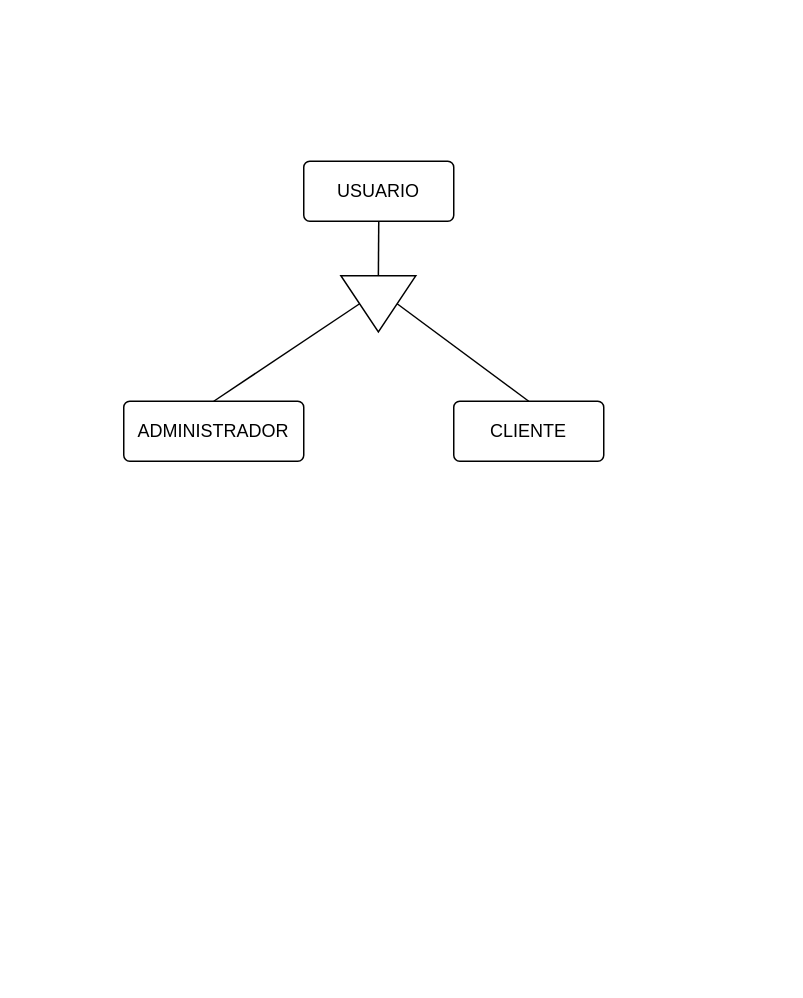
This is DiagramaER.drawio from KemosahbeAndres/proyecto_java, a draw.io file, before an edit. Source tidied: cells renumbered, new cells numbered last; positions are measured from the earlier drawing's top-left corner, leaving out a move shared by most shapes. Both pictures are drawn from the tidied source at 150%, with x=0, y=0 at pixel (123, 160).
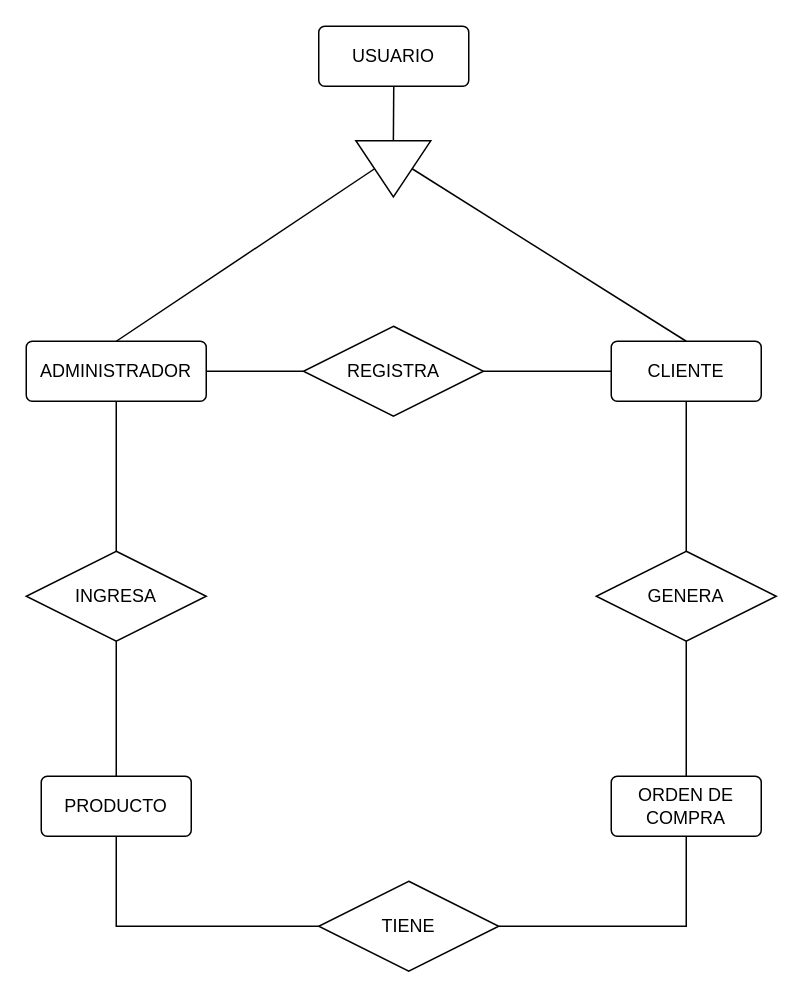
The same page after the edit.

The edit, as a diff of the source:
```diff
@@
     <mxCell id="3" value="USUARIO" style="rounded=1;arcSize=10;whiteSpace=wrap;html=1;align=center;" parent="1" vertex="1">
-      <mxGeometry x="120" width="100" height="40" as="geometry" />
+      <mxGeometry x="130" y="-90" width="100" height="40" as="geometry" />
     </mxCell>
@@
     <mxCell id="6" style="triangle;whiteSpace=wrap;html=1;rotation=90;" parent="1" vertex="1">
-      <mxGeometry x="151" y="70" width="37.5" height="50" as="geometry" />
+      <mxGeometry x="161" y="-20" width="37.5" height="50" as="geometry" />
     </mxCell>
     <mxCell id="7" value="ADMINISTRADOR" style="rounded=1;arcSize=10;whiteSpace=wrap;html=1;align=center;" parent="1" vertex="1">
-      <mxGeometry y="160" width="120" height="40" as="geometry" />
+      <mxGeometry x="-65" y="120" width="120" height="40" as="geometry" />
     </mxCell>
+    <mxCell id="9" style="edgeStyle=orthogonalEdgeStyle;rounded=0;jettySize=auto;html=1;exitX=0.5;exitY=1;exitDx=0;exitDy=0;entryX=0.5;entryY=0;entryDx=0;entryDy=0;endArrow=none;endFill=0;" parent="1" edge="1" source="8" target="17">
+      <mxGeometry relative="1" as="geometry" />
+    </mxCell>
     <mxCell id="8" value="CLIENTE" style="rounded=1;arcSize=10;whiteSpace=wrap;html=1;align=center;" parent="1" vertex="1">
-      <mxGeometry x="220" y="160" width="100" height="40" as="geometry" />
+      <mxGeometry x="325" y="120" width="100" height="40" as="geometry" />
     </mxCell>
+    <mxCell id="10" style="edgeStyle=orthogonalEdgeStyle;rounded=0;jettySize=auto;html=1;exitX=0;exitY=0.5;exitDx=0;exitDy=0;entryX=1;entryY=0.5;entryDx=0;entryDy=0;endArrow=none;endFill=0;" parent="1" edge="1" source="12" target="7">
+      <mxGeometry relative="1" as="geometry" />
+    </mxCell>
+    <mxCell id="11" style="edgeStyle=orthogonalEdgeStyle;rounded=0;jettySize=auto;html=1;exitX=1;exitY=0.5;exitDx=0;exitDy=0;entryX=0;entryY=0.5;entryDx=0;entryDy=0;endArrow=none;endFill=0;" parent="1" edge="1" source="12" target="8">
+      <mxGeometry relative="1" as="geometry" />
+    </mxCell>
+    <mxCell id="12" value="REGISTRA" style="shape=rhombus;perimeter=rhombusPerimeter;whiteSpace=wrap;html=1;align=center;" parent="1" vertex="1">
+      <mxGeometry x="119.8" y="110" width="120" height="60" as="geometry" />
+    </mxCell>
+    <mxCell id="13" style="edgeStyle=orthogonalEdgeStyle;rounded=0;jettySize=auto;html=1;exitX=0.5;exitY=0;exitDx=0;exitDy=0;entryX=0.5;entryY=1;entryDx=0;entryDy=0;endArrow=none;endFill=0;" parent="1" edge="1" source="14" target="16">
+      <mxGeometry relative="1" as="geometry" />
+    </mxCell>
+    <mxCell id="14" value="PRODUCTO" style="rounded=1;arcSize=10;whiteSpace=wrap;html=1;align=center;" parent="1" vertex="1">
+      <mxGeometry x="-55" y="410" width="100" height="40" as="geometry" />
+    </mxCell>
+    <mxCell id="15" style="edgeStyle=orthogonalEdgeStyle;rounded=0;jettySize=auto;html=1;exitX=0.5;exitY=0;exitDx=0;exitDy=0;entryX=0.5;entryY=1;entryDx=0;entryDy=0;endArrow=none;endFill=0;" parent="1" edge="1" source="16" target="7">
+      <mxGeometry relative="1" as="geometry" />
+    </mxCell>
+    <mxCell id="16" value="INGRESA" style="shape=rhombus;perimeter=rhombusPerimeter;whiteSpace=wrap;html=1;align=center;" parent="1" vertex="1">
+      <mxGeometry x="-65" y="260" width="120" height="60" as="geometry" />
+    </mxCell>
+    <mxCell id="17" value="GENERA" style="shape=rhombus;perimeter=rhombusPerimeter;whiteSpace=wrap;html=1;align=center;" parent="1" vertex="1">
+      <mxGeometry x="315" y="260" width="120" height="60" as="geometry" />
+    </mxCell>
+    <mxCell id="18" style="edgeStyle=orthogonalEdgeStyle;rounded=0;jettySize=auto;html=1;exitX=0.5;exitY=0;exitDx=0;exitDy=0;entryX=0.5;entryY=1;entryDx=0;entryDy=0;endArrow=none;endFill=0;" parent="1" edge="1" source="19" target="17">
+      <mxGeometry relative="1" as="geometry" />
+    </mxCell>
+    <mxCell id="19" value="ORDEN DE COMPRA" style="rounded=1;arcSize=10;whiteSpace=wrap;html=1;align=center;" parent="1" vertex="1">
+      <mxGeometry x="325" y="410" width="100" height="40" as="geometry" />
+    </mxCell>
+    <mxCell id="20" style="edgeStyle=orthogonalEdgeStyle;rounded=0;jettySize=auto;html=1;exitX=0;exitY=0.5;exitDx=0;exitDy=0;entryX=0.5;entryY=1;entryDx=0;entryDy=0;endArrow=none;endFill=0;" parent="1" edge="1" source="22" target="14">
+      <mxGeometry relative="1" as="geometry" />
+    </mxCell>
+    <mxCell id="21" style="edgeStyle=orthogonalEdgeStyle;rounded=0;jettySize=auto;html=1;exitX=1;exitY=0.5;exitDx=0;exitDy=0;entryX=0.5;entryY=1;entryDx=0;entryDy=0;endArrow=none;endFill=0;" parent="1" edge="1" source="22" target="19">
+      <mxGeometry relative="1" as="geometry" />
+    </mxCell>
+    <mxCell id="22" value="TIENE" style="shape=rhombus;perimeter=rhombusPerimeter;whiteSpace=wrap;html=1;align=center;" parent="1" vertex="1">
+      <mxGeometry x="130" y="480" width="120" height="60" as="geometry" />
+    </mxCell>
```
